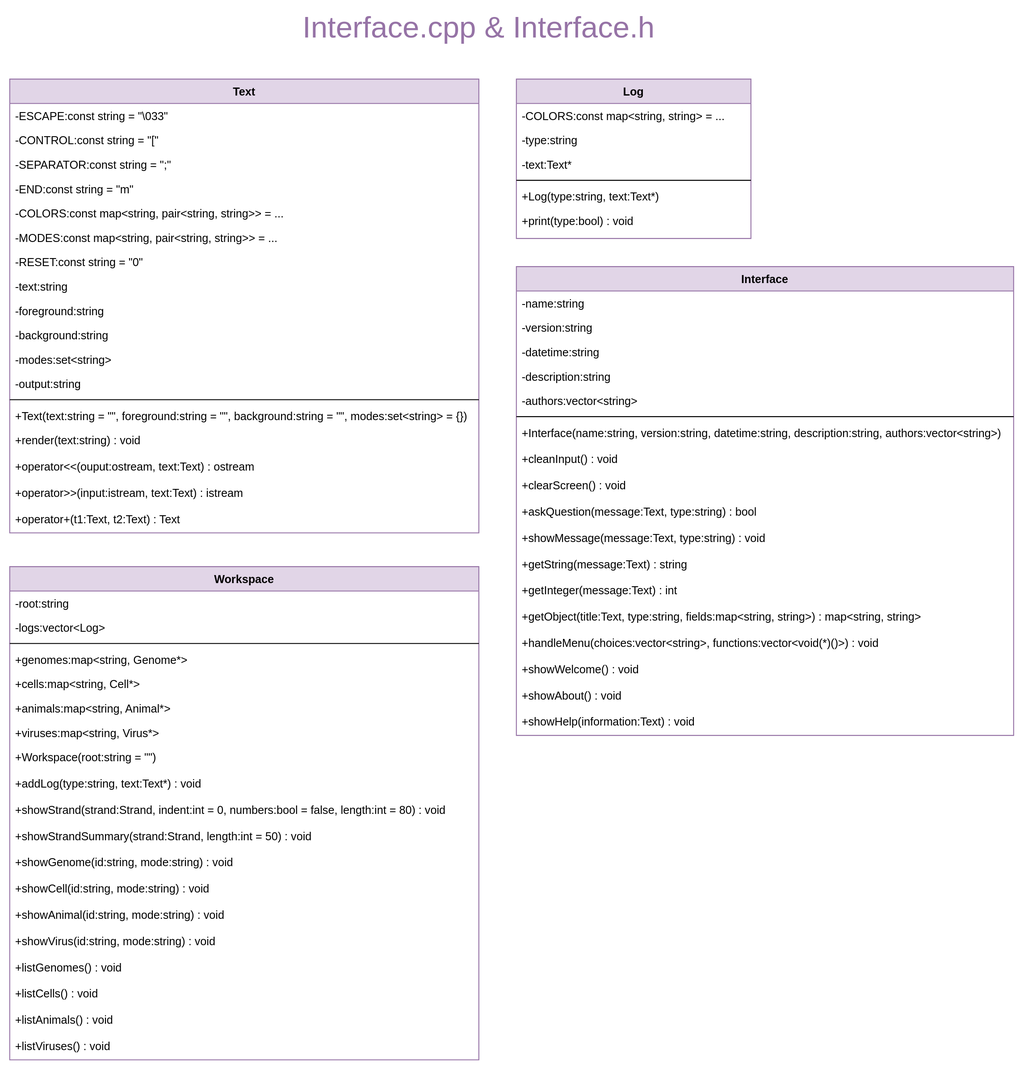
The draw.io diagram schema/classes/Interface.drawio.svg in k-forghani/class-of-life, before a commit. Source tidied: cells renumbered, new cells last; positions are measured from the earlier drawing's top-left corner, leaving out a move shared by most shapes.
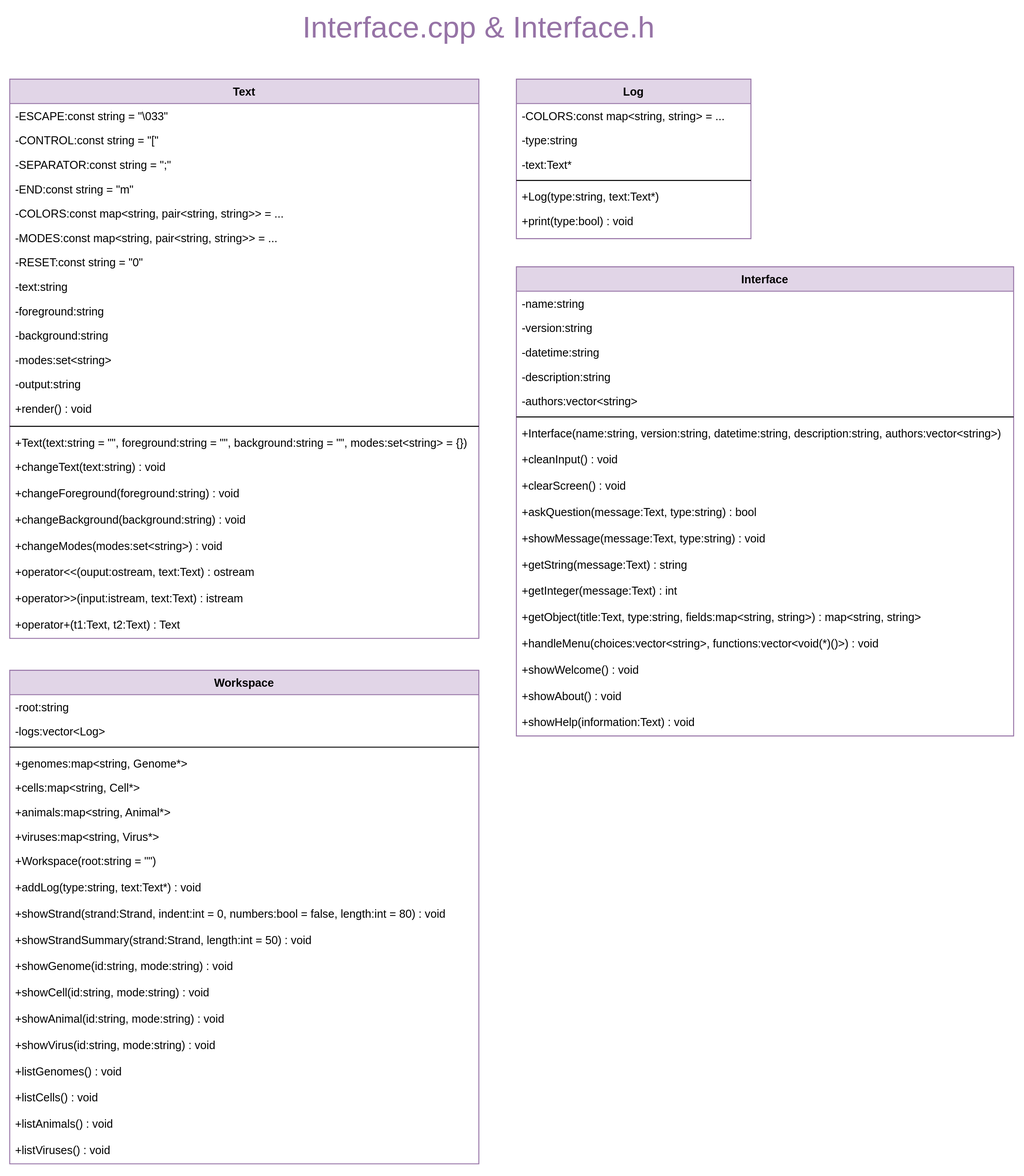
Later version of the same file.

Commit message:
Refactored Text class

The edit, as a diff of the source:
```diff
@@ -6,7 +6,7 @@
       <mxGeometry x="300" width="400" height="30" as="geometry" />
     </mxCell>
     <mxCell id="3" value="Text" style="swimlane;fontStyle=1;align=center;verticalAlign=top;horizontal=1;startSize=26;rounded=0;shadow=0;strokeWidth=1;fillColor=#e1d5e7;strokeColor=#9673a6;swimlaneFillColor=default;" parent="1" vertex="1">
-      <mxGeometry y="70" width="500" height="484" as="geometry" />
+      <mxGeometry y="70" width="500" height="596" as="geometry" />
     </mxCell>
     <mxCell id="4" value="-ESCAPE:const string = &quot;\033&quot;" style="text;align=left;verticalAlign=top;spacingLeft=4;spacingRight=4;overflow=hidden;" parent="3" vertex="1">
       <mxGeometry y="26" width="500" height="26" as="geometry" />
@@ -44,23 +44,35 @@
     <mxCell id="15" value="-output:string" style="text;align=left;verticalAlign=top;spacingLeft=4;spacingRight=4;overflow=hidden;" parent="3" vertex="1">
       <mxGeometry y="312" width="500" height="26" as="geometry" />
     </mxCell>
+    <mxCell id="18" value="+render() : void" style="text;align=left;verticalAlign=top;spacingLeft=4;spacingRight=4;overflow=hidden;" parent="3" vertex="1">
+      <mxGeometry y="338" width="500" height="28" as="geometry" />
+    </mxCell>
     <mxCell id="16" style="line;html=1;strokeWidth=1;align=left;verticalAlign=middle;spacingTop=-1;spacingLeft=3;spacingRight=3;labelPosition=right;" parent="3" vertex="1">
-      <mxGeometry y="338" width="500" height="8" as="geometry" />
+      <mxGeometry y="366" width="500" height="8" as="geometry" />
     </mxCell>
     <mxCell id="17" value="+Text(text:string = &quot;&quot;, foreground:string = &quot;&quot;, background:string = &quot;&quot;, modes:set&lt;string&gt; = {})" style="text;align=left;verticalAlign=top;spacingLeft=4;spacingRight=4;overflow=hidden;" parent="3" vertex="1">
-      <mxGeometry y="346" width="500" height="26" as="geometry" />
+      <mxGeometry y="374" width="500" height="26" as="geometry" />
     </mxCell>
-    <mxCell id="18" value="+render(text:string) : void" style="text;align=left;verticalAlign=top;spacingLeft=4;spacingRight=4;overflow=hidden;" parent="3" vertex="1">
-      <mxGeometry y="372" width="500" height="28" as="geometry" />
-    </mxCell>
+    <mxCell id="68" value="+changeText(text:string) : void" style="text;align=left;verticalAlign=top;spacingLeft=4;spacingRight=4;overflow=hidden;" parent="3" vertex="1">
+      <mxGeometry y="400" width="500" height="28" as="geometry" />
+    </mxCell>
+    <mxCell id="69" value="+changeForeground(foreground:string) : void" style="text;align=left;verticalAlign=top;spacingLeft=4;spacingRight=4;overflow=hidden;" parent="3" vertex="1">
+      <mxGeometry y="428" width="500" height="28" as="geometry" />
+    </mxCell>
+    <mxCell id="70" value="+changeBackground(background:string) : void" style="text;align=left;verticalAlign=top;spacingLeft=4;spacingRight=4;overflow=hidden;" parent="3" vertex="1">
+      <mxGeometry y="456" width="500" height="28" as="geometry" />
+    </mxCell>
+    <mxCell id="71" value="+changeModes(modes:set&lt;string&gt;) : void" style="text;align=left;verticalAlign=top;spacingLeft=4;spacingRight=4;overflow=hidden;" parent="3" vertex="1">
+      <mxGeometry y="484" width="500" height="28" as="geometry" />
+    </mxCell>
     <mxCell id="19" value="+operator&lt;&lt;(ouput:ostream, text:Text) : ostream" style="text;align=left;verticalAlign=top;spacingLeft=4;spacingRight=4;overflow=hidden;" parent="3" vertex="1">
-      <mxGeometry y="400" width="500" height="28" as="geometry" />
+      <mxGeometry y="512" width="500" height="28" as="geometry" />
     </mxCell>
     <mxCell id="20" value="+operator&gt;&gt;(input:istream, text:Text) : istream" style="text;align=left;verticalAlign=top;spacingLeft=4;spacingRight=4;overflow=hidden;" parent="3" vertex="1">
-      <mxGeometry y="428" width="500" height="28" as="geometry" />
+      <mxGeometry y="540" width="500" height="28" as="geometry" />
     </mxCell>
     <mxCell id="21" value="+operator+(t1:Text, t2:Text) : Text" style="text;align=left;verticalAlign=top;spacingLeft=4;spacingRight=4;overflow=hidden;" parent="3" vertex="1">
-      <mxGeometry y="456" width="500" height="28" as="geometry" />
+      <mxGeometry y="568" width="500" height="28" as="geometry" />
     </mxCell>
     <mxCell id="22" value="Log" style="swimlane;fontStyle=1;align=center;verticalAlign=top;horizontal=1;startSize=26;rounded=0;shadow=0;strokeWidth=1;fillColor=#e1d5e7;strokeColor=#9673a6;swimlaneFillColor=default;" parent="1" vertex="1">
       <mxGeometry x="540" y="70" width="250" height="170" as="geometry" />
@@ -84,7 +96,7 @@
       <mxGeometry y="138" width="250" height="28" as="geometry" />
     </mxCell>
     <mxCell id="29" value="Workspace" style="swimlane;fontStyle=1;align=center;verticalAlign=top;horizontal=1;startSize=26;rounded=0;shadow=0;strokeWidth=1;fillColor=#e1d5e7;strokeColor=#9673a6;swimlaneFillColor=default;" parent="1" vertex="1">
-      <mxGeometry y="590" width="500" height="526" as="geometry" />
+      <mxGeometry y="700" width="500" height="526" as="geometry" />
     </mxCell>
     <mxCell id="30" value="-root:string" style="text;align=left;verticalAlign=top;spacingLeft=4;spacingRight=4;overflow=hidden;" parent="29" vertex="1">
       <mxGeometry y="26" width="500" height="26" as="geometry" />
```
